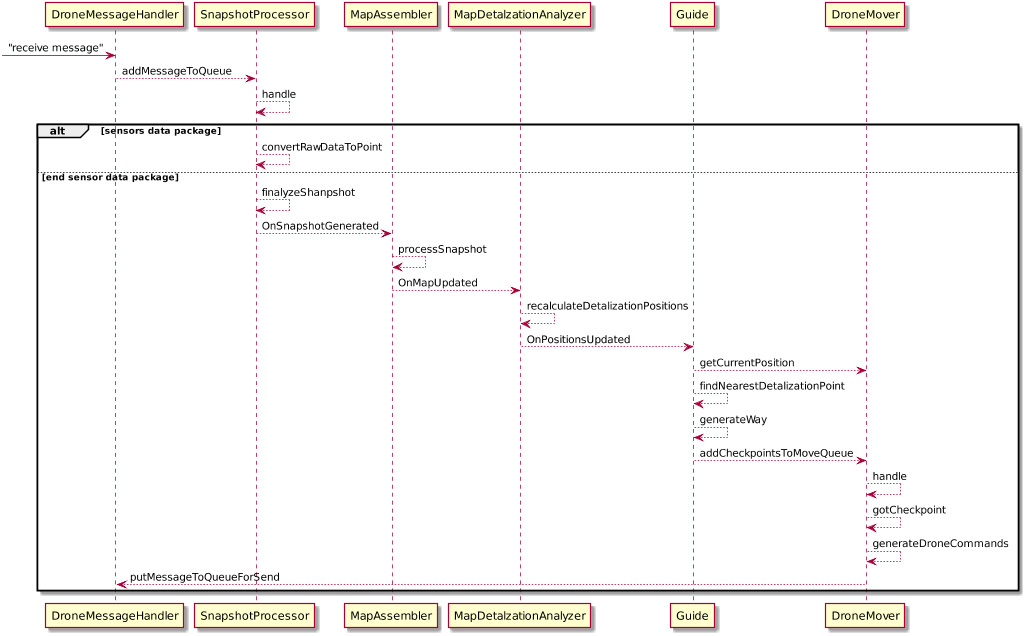
Kozoriz/TrashProjects keeps this PlantUML diagram as docs/sequence_view/server_components_sequence.png. Above is the earlier version.
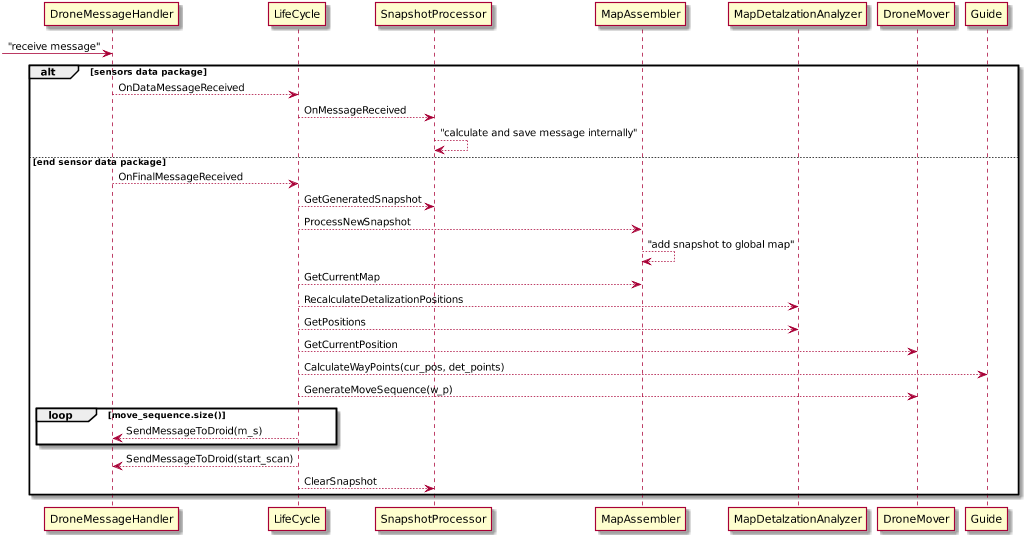
After the commit.

Commit message:
Update uml according changing in arhitecture of server_side

The edit, as a diff of the source:
```diff
@@ -3,25 +3,32 @@
 
 [->DroneMessageHandler : "receive message"
 
-DroneMessageHandler --> SnapshotProcessor : addMessageToQueue
-SnapshotProcessor --> SnapshotProcessor : handle
 alt sensors data package
-	SnapshotProcessor --> SnapshotProcessor : convertRawDataToPoint
+	DroneMessageHandler --> LifeCycle : OnDataMessageReceived
+	LifeCycle --> SnapshotProcessor : OnMessageReceived
+	SnapshotProcessor --> SnapshotProcessor : "calculate and save message internally"
 else end sensor data package
-	SnapshotProcessor --> SnapshotProcessor : finalyzeShanpshot
-	SnapshotProcessor --> MapAssembler : OnSnapshotGenerated
-	MapAssembler --> MapAssembler : processSnapshot
-	MapAssembler --> MapDetalzationAnalyzer : OnMapUpdated
-	MapDetalzationAnalyzer --> MapDetalzationAnalyzer : recalculateDetalizationPositions
-	MapDetalzationAnalyzer --> Guide : OnPositionsUpdated
-	Guide --> DroneMover : getCurrentPosition
-	Guide --> Guide : findNearestDetalizationPoint
-	Guide --> Guide : generateWay
-	Guide --> DroneMover : addCheckpointsToMoveQueue
-	DroneMover --> DroneMover : handle
-	DroneMover --> DroneMover : gotCheckpoint
-	DroneMover --> DroneMover : generateDroneCommands
-	DroneMover --> DroneMessageHandler : putMessageToQueueForSend
+	DroneMessageHandler --> LifeCycle : OnFinalMessageReceived
+	LifeCycle --> SnapshotProcessor : GetGeneratedSnapshot
+
+	LifeCycle --> MapAssembler : ProcessNewSnapshot
+	MapAssembler --> MapAssembler : "add snapshot to global map"
+	LifeCycle --> MapAssembler : GetCurrentMap
+
+	LifeCycle --> MapDetalzationAnalyzer : RecalculateDetalizationPositions
+	LifeCycle --> MapDetalzationAnalyzer : GetPositions
+
+	LifeCycle --> DroneMover : GetCurrentPosition
+	LifeCycle --> Guide : CalculateWayPoints(cur_pos, det_points)
+
+	LifeCycle --> DroneMover : GenerateMoveSequence(w_p)
+
+	loop move_sequence.size()
+		LifeCycle --> DroneMessageHandler : SendMessageToDroid(m_s)
+	end
+
+	LifeCycle --> DroneMessageHandler : SendMessageToDroid(start_scan)
+	LifeCycle --> SnapshotProcessor : ClearSnapshot
 end
 
 @enduml
```
